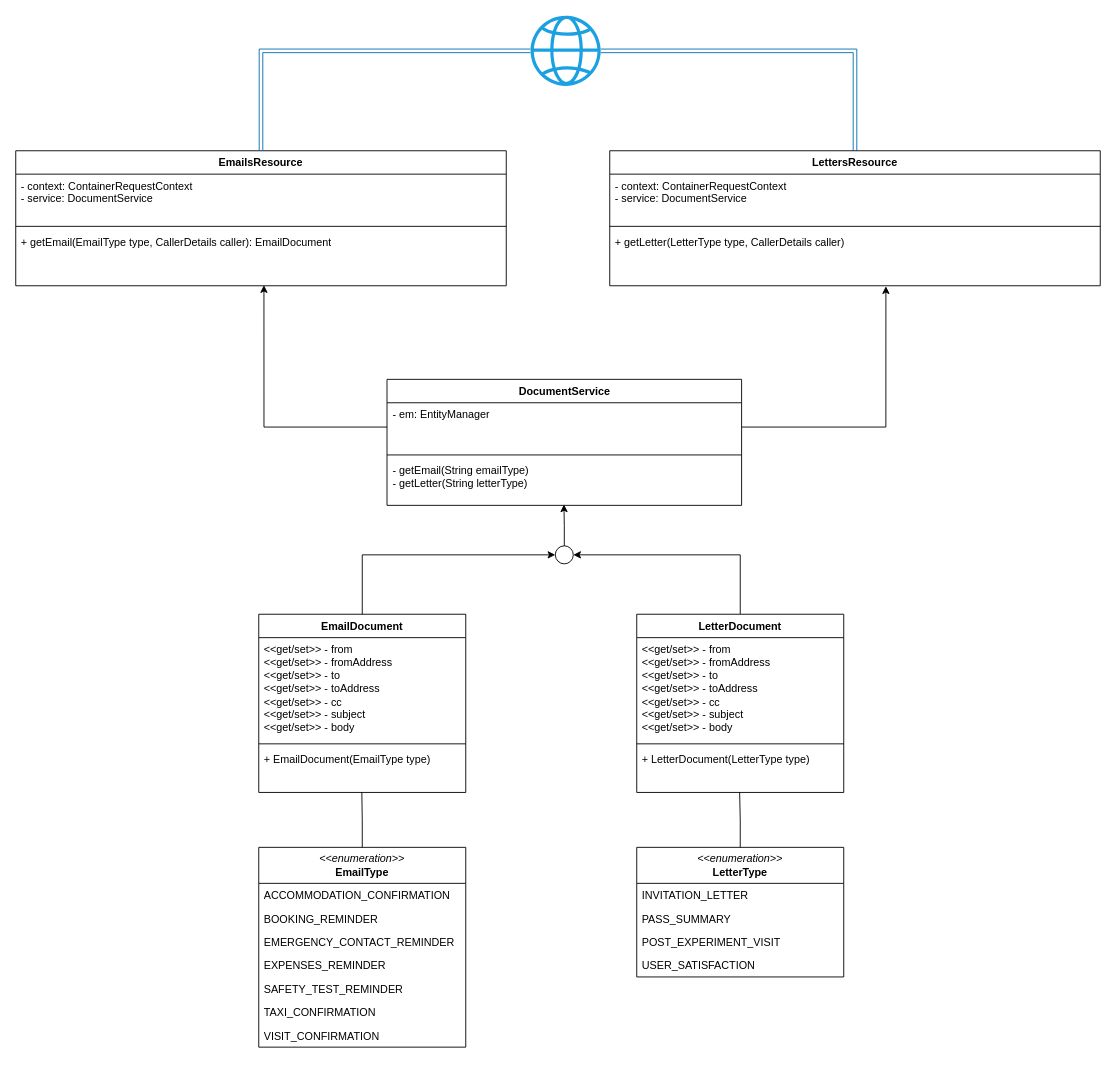
Earlier version of the draw.io diagram Document generation class diagram.drawio (ambolt314/FinalProjectDesign). Source tidied: cells renumbered, new cells numbered last; positions are measured from the earlier drawing's top-left corner, leaving out a move shared by most shapes. Both pictures are drawn from the tidied source at 90%, with x=0, y=0 at pixel (15, 15).
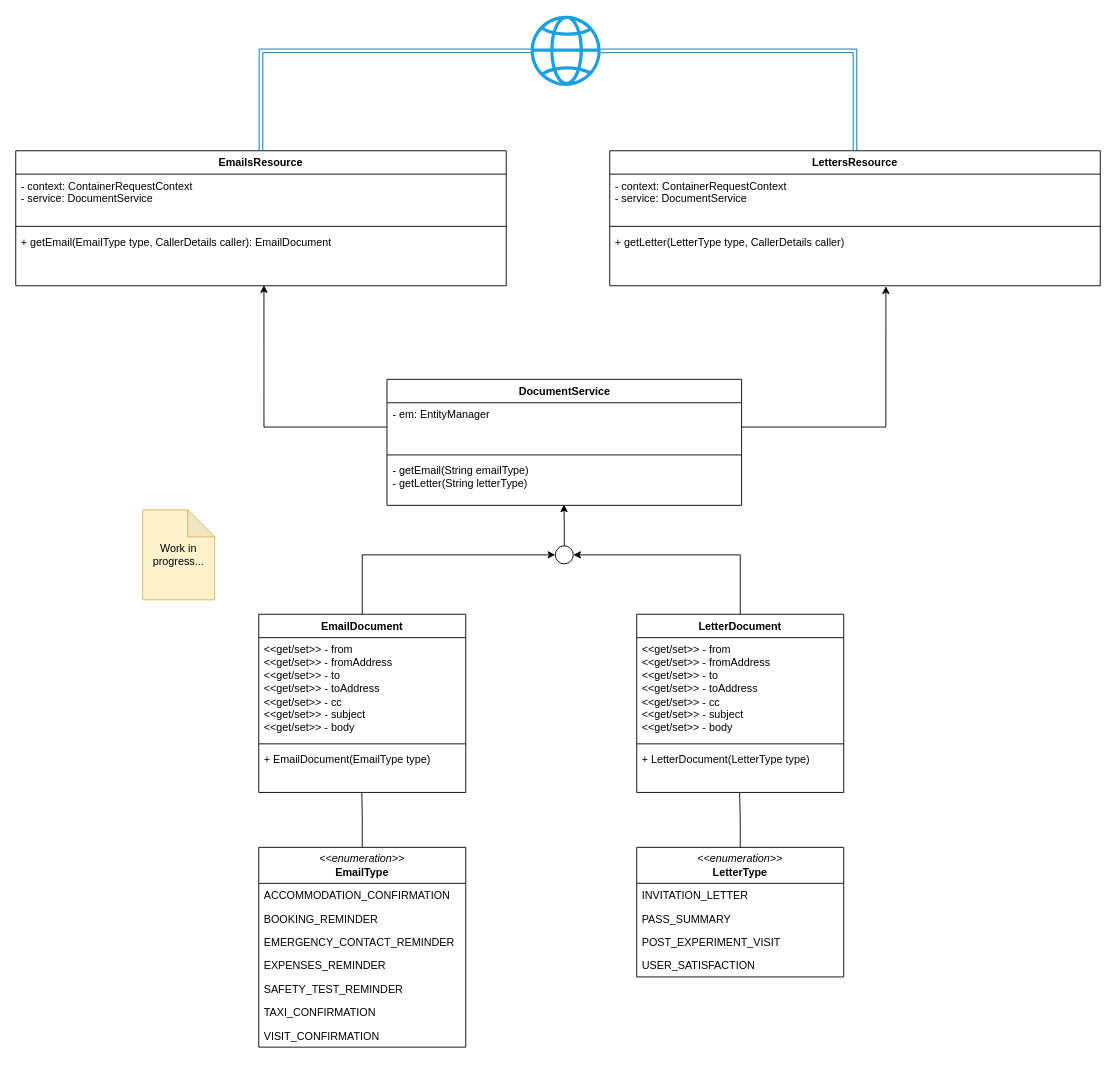
After the change.

Change to the diagram source:
```diff
@@
+    <mxCell id="46" value="Work in progress..." style="shape=note;whiteSpace=wrap;html=1;backgroundOutline=1;darkOpacity=0.05;fillColor=#fff2cc;strokeColor=#d6b656;" parent="1" vertex="1">
+      <mxGeometry x="141" y="549" width="80" height="100" as="geometry" />
+    </mxCell>
```
